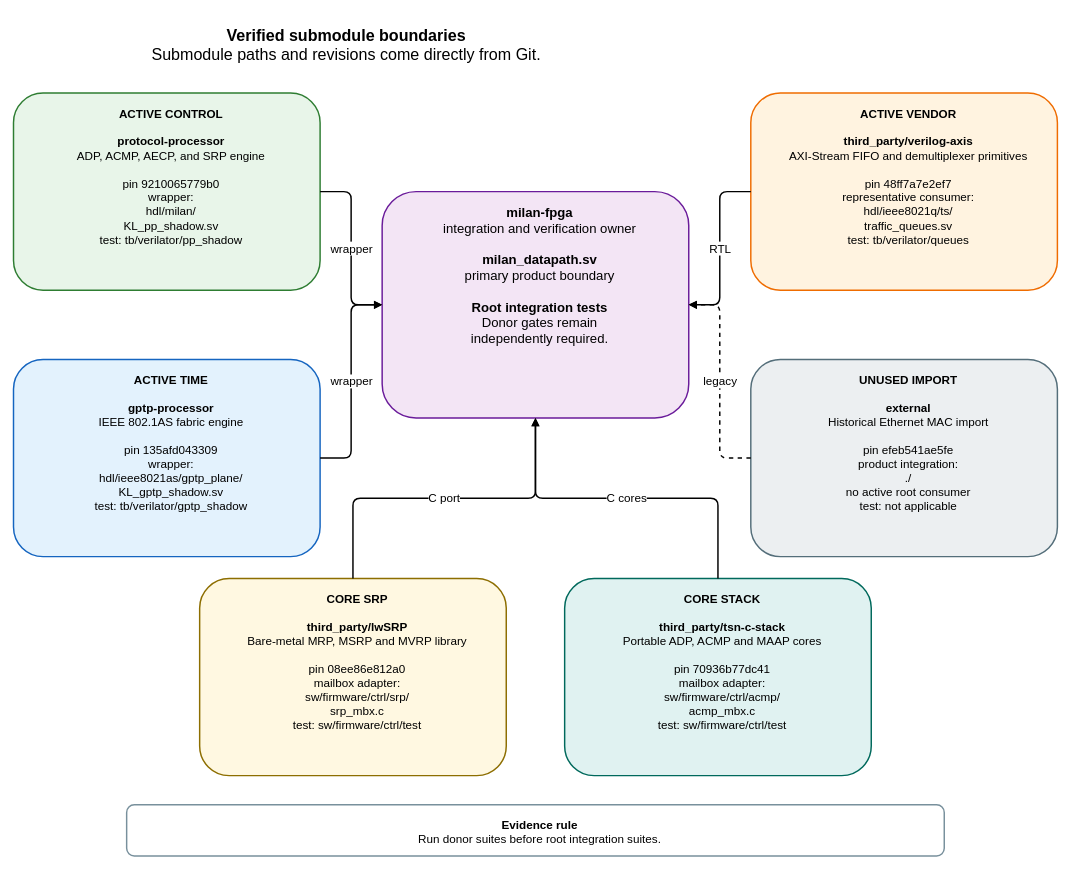
Above: docs/diagrams/submodule_boundaries.drawio in kebag-logic/milan-fpga (draw.io), before the change. Source tidied: cells renumbered, new cells numbered last; positions are measured from the earlier drawing's top-left corner, leaving out a move shared by most shapes. Both pictures are drawn from the tidied source at 73%, with x=0, y=0 at pixel (13, 12).
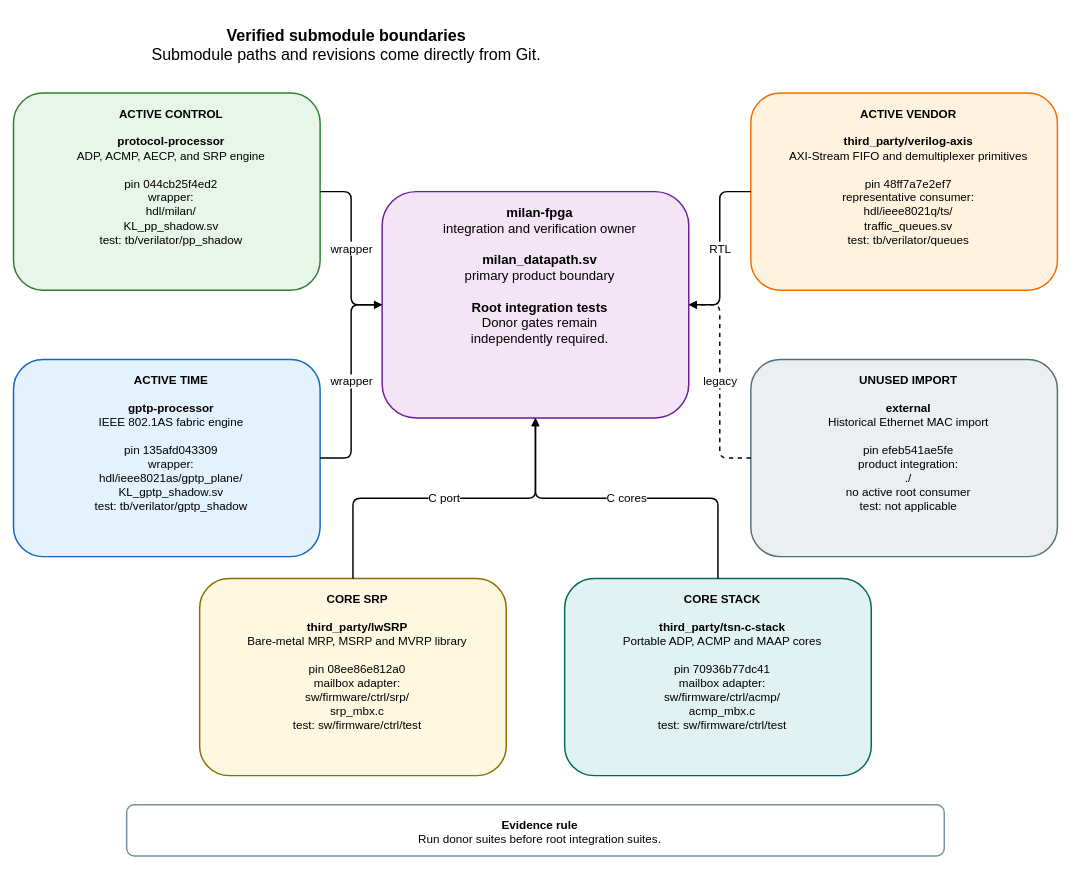
The same page after the edit.

Commit message (it also covers changes not shown here):
Re-record the pin-derived records at processor 044cb25f: ROM digests, pin table and boundary diagram (#851)

The edit, as a diff of the source:
```diff
@@
 <mxGraphModel>
   <root>
     <mxCell id="0" />
     <mxCell id="1" parent="0" />
     <mxCell id="2" value="&lt;b&gt;Verified submodule boundaries&lt;/b&gt;&lt;br&gt;Submodule paths and revisions come directly from Git." style="rounded=1;whiteSpace=wrap;html=1;verticalAlign=top;spacingTop=12;spacingLeft=12;fontSize=22;fontFamily=Helvetica;fillColor=none;strokeColor=none;strokeWidth=2;" parent="1" vertex="1">
       <mxGeometry width="900" height="65" as="geometry" />
     </mxCell>
     <mxCell id="3" value="&lt;b&gt;milan-fpga&lt;/b&gt;&lt;br&gt;integration and verification owner&lt;br&gt;&lt;br&gt;&lt;b&gt;milan_datapath.sv&lt;/b&gt;&lt;br&gt;primary product boundary&lt;br&gt;&lt;br&gt;&lt;b&gt;Root integration tests&lt;/b&gt;&lt;br&gt;Donor gates remain&lt;br&gt;independently required." style="rounded=1;whiteSpace=wrap;html=1;verticalAlign=top;spacingTop=12;spacingLeft=12;fontSize=18;fontFamily=Helvetica;fillColor=#F3E5F5;strokeColor=#6A1B9A;strokeWidth=2;" parent="1" vertex="1">
       <mxGeometry x="505" y="245" width="420" height="310" as="geometry" />
     </mxCell>
-    <mxCell id="4" value="&lt;b&gt;ACTIVE CONTROL&lt;/b&gt;&lt;br&gt;&lt;br&gt;&lt;b&gt;protocol-processor&lt;/b&gt;&lt;br&gt;ADP, ACMP, AECP, and SRP engine&lt;br&gt;&lt;br&gt;pin 9210065779b0&lt;br&gt;wrapper:&lt;br&gt;hdl/milan/&lt;br&gt;KL_pp_shadow.sv&lt;br&gt;test: tb/verilator/pp_shadow" style="rounded=1;whiteSpace=wrap;html=1;verticalAlign=top;spacingTop=12;spacingLeft=12;fontSize=16;fontFamily=Helvetica;fillColor=#E8F5E9;strokeColor=#2E7D32;strokeWidth=2;" parent="1" vertex="1">
+    <mxCell id="4" value="&lt;b&gt;ACTIVE CONTROL&lt;/b&gt;&lt;br&gt;&lt;br&gt;&lt;b&gt;protocol-processor&lt;/b&gt;&lt;br&gt;ADP, ACMP, AECP, and SRP engine&lt;br&gt;&lt;br&gt;pin 044cb25f4ed2&lt;br&gt;wrapper:&lt;br&gt;hdl/milan/&lt;br&gt;KL_pp_shadow.sv&lt;br&gt;test: tb/verilator/pp_shadow" style="rounded=1;whiteSpace=wrap;html=1;verticalAlign=top;spacingTop=12;spacingLeft=12;fontSize=16;fontFamily=Helvetica;fillColor=#E8F5E9;strokeColor=#2E7D32;strokeWidth=2;" parent="1" vertex="1">
       <mxGeometry y="110" width="420" height="270" as="geometry" />
     </mxCell>
     <mxCell id="5" value="&lt;b&gt;ACTIVE TIME&lt;/b&gt;&lt;br&gt;&lt;br&gt;&lt;b&gt;gptp-processor&lt;/b&gt;&lt;br&gt;IEEE 802.1AS fabric engine&lt;br&gt;&lt;br&gt;pin 135afd043309&lt;br&gt;wrapper:&lt;br&gt;hdl/ieee8021as/gptp_plane/&lt;br&gt;KL_gptp_shadow.sv&lt;br&gt;test: tb/verilator/gptp_shadow" style="rounded=1;whiteSpace=wrap;html=1;verticalAlign=top;spacingTop=12;spacingLeft=12;fontSize=16;fontFamily=Helvetica;fillColor=#E3F2FD;strokeColor=#1565C0;strokeWidth=2;" parent="1" vertex="1">
       <mxGeometry y="475" width="420" height="270" as="geometry" />
     </mxCell>
     <mxCell id="6" value="&lt;b&gt;ACTIVE VENDOR&lt;/b&gt;&lt;br&gt;&lt;br&gt;&lt;b&gt;third_party/verilog-axis&lt;/b&gt;&lt;br&gt;AXI-Stream FIFO and demultiplexer primitives&lt;br&gt;&lt;br&gt;pin 48ff7a7e2ef7&lt;br&gt;representative consumer:&lt;br&gt;hdl/ieee8021q/ts/&lt;br&gt;traffic_queues.sv&lt;br&gt;test: tb/verilator/queues" style="rounded=1;whiteSpace=wrap;html=1;verticalAlign=top;spacingTop=12;spacingLeft=12;fontSize=16;fontFamily=Helvetica;fillColor=#FFF3E0;strokeColor=#EF6C00;strokeWidth=2;" parent="1" vertex="1">
       <mxGeometry x="1010" y="110" width="420" height="270" as="geometry" />
     </mxCell>
     <mxCell id="7" value="&lt;b&gt;UNUSED IMPORT&lt;/b&gt;&lt;br&gt;&lt;br&gt;&lt;b&gt;external&lt;/b&gt;&lt;br&gt;Historical Ethernet MAC import&lt;br&gt;&lt;br&gt;pin efeb541ae5fe&lt;br&gt;product integration:&lt;br&gt;./&lt;br&gt;no active root consumer&lt;br&gt;test: not applicable" style="rounded=1;whiteSpace=wrap;html=1;verticalAlign=top;spacingTop=12;spacingLeft=12;fontSize=16;fontFamily=Helvetica;fillColor=#ECEFF1;strokeColor=#546E7A;strokeWidth=2;" parent="1" vertex="1">
       <mxGeometry x="1010" y="475" width="420" height="270" as="geometry" />
     </mxCell>
     <mxCell id="8" value="&lt;b&gt;CORE SRP&lt;/b&gt;&lt;br&gt;&lt;br&gt;&lt;b&gt;third_party/lwSRP&lt;/b&gt;&lt;br&gt;Bare-metal MRP, MSRP and MVRP library&lt;br&gt;&lt;br&gt;pin 08ee86e812a0&lt;br&gt;mailbox adapter:&lt;br&gt;sw/firmware/ctrl/srp/&lt;br&gt;srp_mbx.c&lt;br&gt;test: sw/firmware/ctrl/test" style="rounded=1;whiteSpace=wrap;html=1;verticalAlign=top;spacingTop=12;spacingLeft=12;fontSize=16;fontFamily=Helvetica;fillColor=#FFF8E1;strokeColor=#8D6E00;strokeWidth=2;" parent="1" vertex="1">
       <mxGeometry x="255" y="775" width="420" height="270" as="geometry" />
     </mxCell>
     <mxCell id="9" value="&lt;b&gt;CORE STACK&lt;/b&gt;&lt;br&gt;&lt;br&gt;&lt;b&gt;third_party/tsn-c-stack&lt;/b&gt;&lt;br&gt;Portable ADP, ACMP and MAAP cores&lt;br&gt;&lt;br&gt;pin 70936b77dc41&lt;br&gt;mailbox adapter:&lt;br&gt;sw/firmware/ctrl/acmp/&lt;br&gt;acmp_mbx.c&lt;br&gt;test: sw/firmware/ctrl/test" style="rounded=1;whiteSpace=wrap;html=1;verticalAlign=top;spacingTop=12;spacingLeft=12;fontSize=16;fontFamily=Helvetica;fillColor=#E0F2F1;strokeColor=#00695C;strokeWidth=2;" parent="1" vertex="1">
       <mxGeometry x="755" y="775" width="420" height="270" as="geometry" />
     </mxCell>
     <mxCell id="10" value="wrapper" style="edgeStyle=orthogonalEdgeStyle;rounded=1;jettySize=auto;html=1;endArrow=block;endFill=1;strokeWidth=2;fontSize=16;fontFamily=Helvetica;labelBackgroundColor=#FFFFFF;" parent="1" edge="1" source="4" target="3">
       <mxGeometry relative="1" as="geometry" />
     </mxCell>
     <mxCell id="11" value="wrapper" style="edgeStyle=orthogonalEdgeStyle;rounded=1;jettySize=auto;html=1;endArrow=block;endFill=1;strokeWidth=2;fontSize=16;fontFamily=Helvetica;labelBackgroundColor=#FFFFFF;" parent="1" edge="1" source="5" target="3">
       <mxGeometry relative="1" as="geometry" />
     </mxCell>
     <mxCell id="12" value="RTL" style="edgeStyle=orthogonalEdgeStyle;rounded=1;jettySize=auto;html=1;endArrow=block;endFill=1;strokeWidth=2;fontSize=16;fontFamily=Helvetica;labelBackgroundColor=#FFFFFF;" parent="1" edge="1" source="6" target="3">
       <mxGeometry relative="1" as="geometry" />
     </mxCell>
     <mxCell id="13" value="legacy" style="edgeStyle=orthogonalEdgeStyle;rounded=1;jettySize=auto;html=1;endArrow=block;endFill=1;strokeWidth=2;fontSize=16;fontFamily=Helvetica;labelBackgroundColor=#FFFFFF;dashed=1;" parent="1" edge="1" source="7" target="3">
       <mxGeometry relative="1" as="geometry" />
     </mxCell>
     <mxCell id="14" value="C port" style="edgeStyle=orthogonalEdgeStyle;rounded=1;jettySize=auto;html=1;endArrow=block;endFill=1;strokeWidth=2;fontSize=16;fontFamily=Helvetica;labelBackgroundColor=#FFFFFF;" parent="1" edge="1" source="8" target="3">
       <mxGeometry relative="1" as="geometry" />
     </mxCell>
     <mxCell id="15" value="C cores" style="edgeStyle=orthogonalEdgeStyle;rounded=1;jettySize=auto;html=1;endArrow=block;endFill=1;strokeWidth=2;fontSize=16;fontFamily=Helvetica;labelBackgroundColor=#FFFFFF;" parent="1" edge="1" source="9" target="3">
       <mxGeometry relative="1" as="geometry" />
     </mxCell>
     <mxCell id="16" value="&lt;b&gt;Evidence rule&lt;/b&gt;&lt;br&gt;Run donor suites before root integration suites." style="rounded=1;whiteSpace=wrap;html=1;verticalAlign=top;spacingTop=12;spacingLeft=12;fontSize=16;fontFamily=Helvetica;fillColor=#FFFFFF;strokeColor=#78909C;strokeWidth=2;" parent="1" vertex="1">
       <mxGeometry x="155" y="1085" width="1120" height="70" as="geometry" />
     </mxCell>
   </root>
 </mxGraphModel>
```
